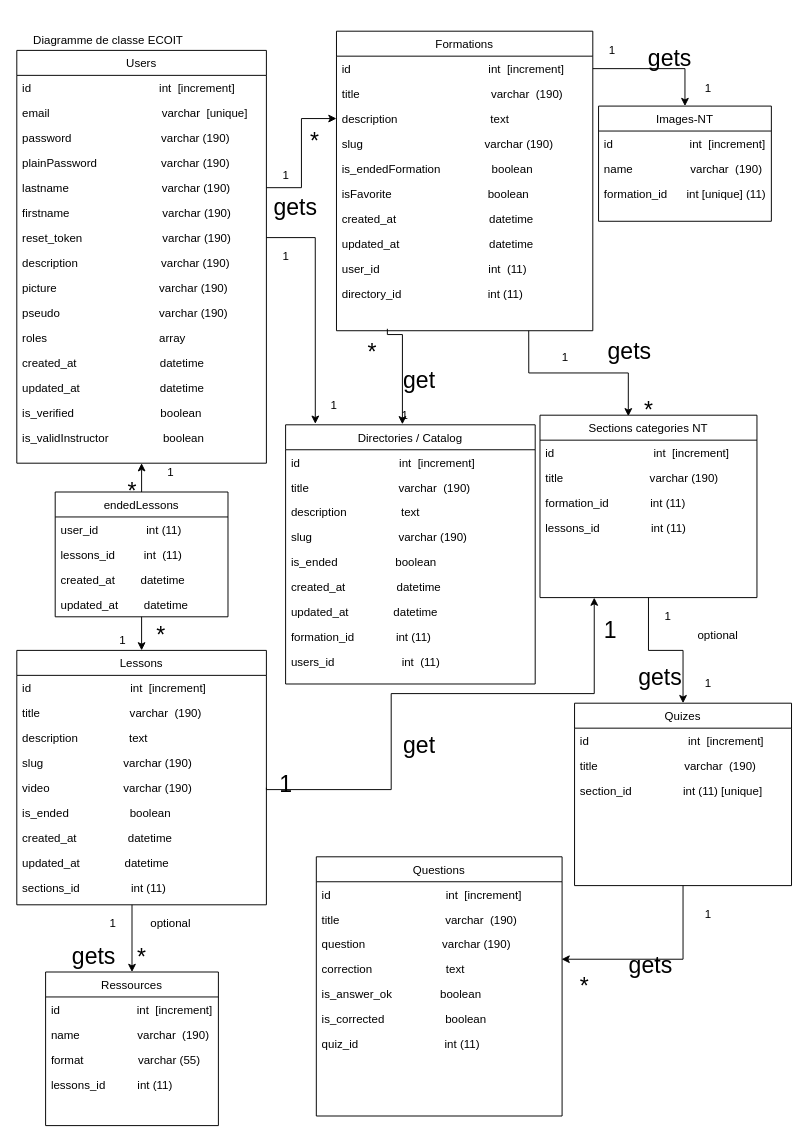
Earlier version of the draw.io diagram ECO IT/diag_de_classe_ecoit.drawio (cyrisa02/diagrammes-UML). Source tidied: cells renumbered, new cells numbered last; positions are measured from the earlier drawing's top-left corner, leaving out a move shared by most shapes. Both pictures are drawn from the tidied source at 96%, with x=0, y=0 at pixel (16, 16).
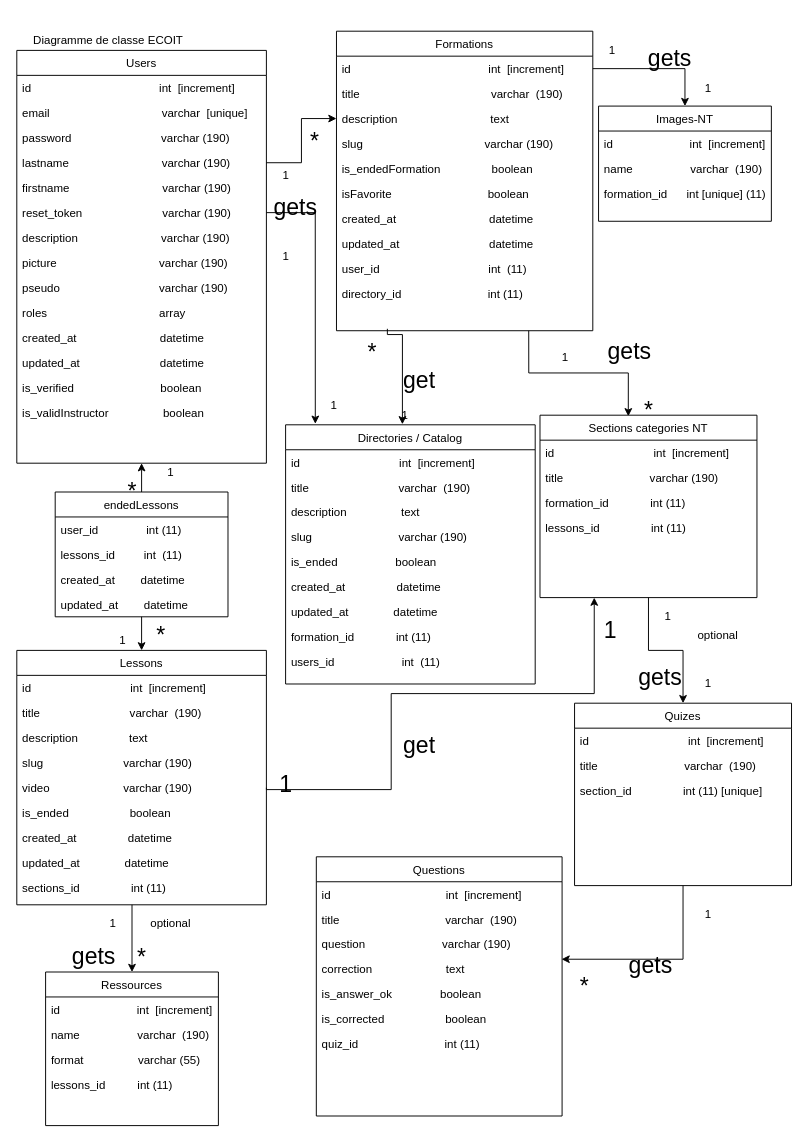
The same diagram, later.

Unchanged cells that the change refers to:
```xml
<mxCell id="2" value="Users" style="swimlane;fontStyle=0;align=center;verticalAlign=top;horizontal=1;startSize=26;rounded=0;shadow=0;strokeWidth=1;" parent="1" vertex="1">
  <mxGeometry y="35" width="260" height="430" as="geometry" />
</mxCell>
```

Change to the diagram source:
```diff
@@
-    <mxCell id="6" value="plainPassword                    varchar (190)" style="text;align=left;verticalAlign=top;spacingLeft=4;spacingRight=4;overflow=hidden;" parent="2" vertex="1">
-      <mxGeometry y="104" width="260" height="26" as="geometry" />
-    </mxCell>
     <mxCell id="7" value="lastname                             varchar (190)" style="text;align=left;verticalAlign=top;spacingLeft=4;spacingRight=4;overflow=hidden;points=[[0,0.5],[1,0.5]];portConstraint=eastwest;" parent="2" vertex="1">
-      <mxGeometry y="130" width="260" height="26" as="geometry" />
+      <mxGeometry y="104" width="260" height="26" as="geometry" />
     </mxCell>
     <mxCell id="8" value="firstname                             varchar (190)" style="text;align=left;verticalAlign=top;spacingLeft=4;spacingRight=4;overflow=hidden;" parent="2" vertex="1">
-      <mxGeometry y="156" width="260" height="26" as="geometry" />
+      <mxGeometry y="130" width="260" height="26" as="geometry" />
     </mxCell>
     <mxCell id="9" value="reset_token                         varchar (190)" style="text;align=left;verticalAlign=top;spacingLeft=4;spacingRight=4;overflow=hidden;points=[[0,0.5],[1,0.5]];portConstraint=eastwest;" parent="2" vertex="1">
-      <mxGeometry y="182" width="260" height="26" as="geometry" />
+      <mxGeometry y="156" width="260" height="26" as="geometry" />
     </mxCell>
     <mxCell id="10" value="description                          varchar (190)" style="text;align=left;verticalAlign=top;spacingLeft=4;spacingRight=4;overflow=hidden;" parent="2" vertex="1">
-      <mxGeometry y="208" width="260" height="26" as="geometry" />
+      <mxGeometry y="182" width="260" height="26" as="geometry" />
     </mxCell>
     <mxCell id="11" value="picture                                varchar (190)" style="text;align=left;verticalAlign=top;spacingLeft=4;spacingRight=4;overflow=hidden;" parent="2" vertex="1">
-      <mxGeometry y="234" width="260" height="26" as="geometry" />
+      <mxGeometry y="208" width="260" height="26" as="geometry" />
     </mxCell>
     <mxCell id="12" value="pseudo                               varchar (190)" style="text;align=left;verticalAlign=top;spacingLeft=4;spacingRight=4;overflow=hidden;" parent="2" vertex="1">
-      <mxGeometry y="260" width="260" height="26" as="geometry" />
+      <mxGeometry y="234" width="260" height="26" as="geometry" />
     </mxCell>
     <mxCell id="13" value="roles                                   array" style="text;align=left;verticalAlign=top;spacingLeft=4;spacingRight=4;overflow=hidden;" parent="2" vertex="1">
-      <mxGeometry y="286" width="260" height="26" as="geometry" />
+      <mxGeometry y="260" width="260" height="26" as="geometry" />
     </mxCell>
     <mxCell id="14" value="created_at                          datetime" style="text;align=left;verticalAlign=top;spacingLeft=4;spacingRight=4;overflow=hidden;" parent="2" vertex="1">
-      <mxGeometry y="312" width="260" height="26" as="geometry" />
+      <mxGeometry y="286" width="260" height="26" as="geometry" />
     </mxCell>
     <mxCell id="15" value="updated_at                         datetime" style="text;align=left;verticalAlign=top;spacingLeft=4;spacingRight=4;overflow=hidden;" parent="2" vertex="1">
-      <mxGeometry y="338" width="260" height="26" as="geometry" />
+      <mxGeometry y="312" width="260" height="26" as="geometry" />
     </mxCell>
     <mxCell id="16" value="is_verified                           boolean" style="text;align=left;verticalAlign=top;spacingLeft=4;spacingRight=4;overflow=hidden;" parent="2" vertex="1">
-      <mxGeometry y="364" width="260" height="26" as="geometry" />
+      <mxGeometry y="338" width="260" height="26" as="geometry" />
     </mxCell>
     <mxCell id="17" value="is_validInstructor                 boolean" style="text;align=left;verticalAlign=top;spacingLeft=4;spacingRight=4;overflow=hidden;" parent="2" vertex="1">
-      <mxGeometry y="390" width="260" height="26" as="geometry" />
+      <mxGeometry y="364" width="260" height="26" as="geometry" />
     </mxCell>
```
